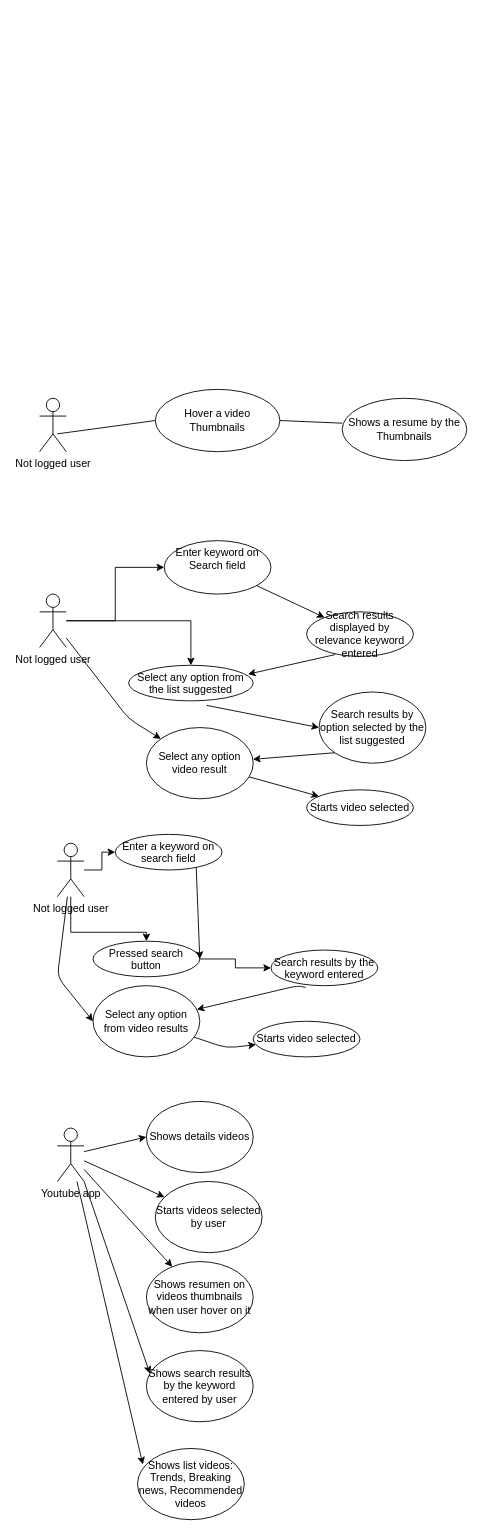
Veronica1187/Equipo2_SeleniumProject keeps this draw.io diagram as page "Main" (1 of 3) of Untitled Diagram.drawio. Above is the earlier version. Source tidied: cells renumbered, new cells numbered last; positions are measured from the earlier drawing's top-left corner, leaving out a move shared by most shapes. Both pictures are drawn from the tidied source at 89%, with x=0, y=0 at pixel (39, 389).
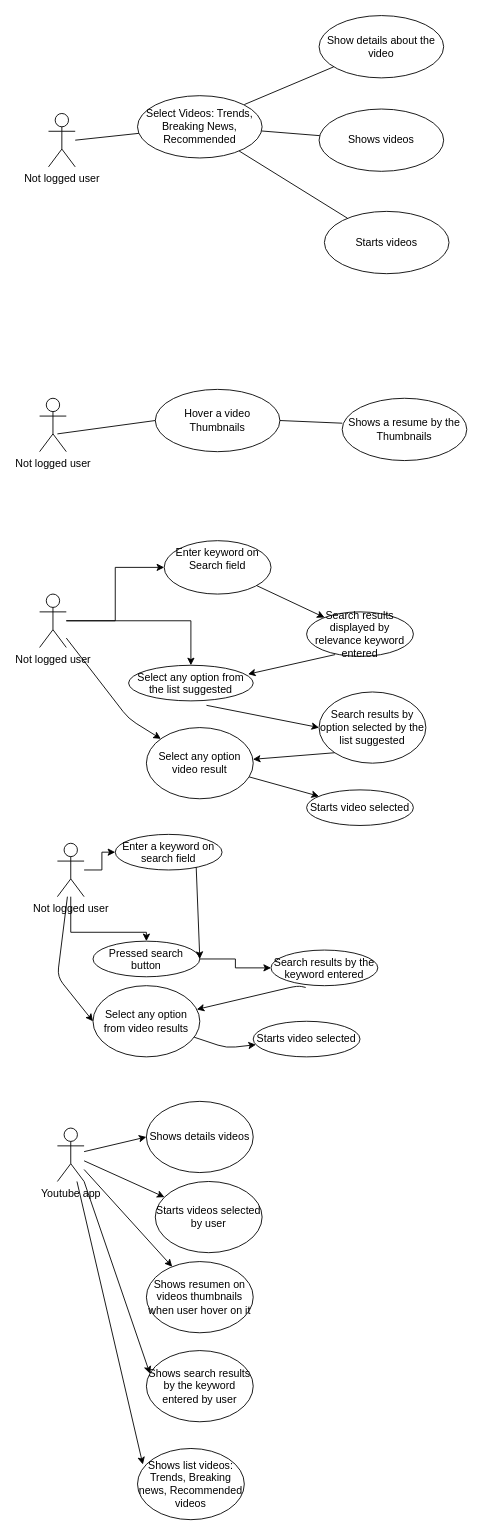
The same diagram, later.

Unchanged cells that the change refers to:
```xml
<mxCell id="3" value="Hover a video Thumbnails" style="ellipse;whiteSpace=wrap;html=1;" parent="1" vertex="1">
  <mxGeometry x="130" width="140" height="70" as="geometry" />
</mxCell>
```

Change to the diagram source:
```diff
@@
+    <mxCell id="46" value="Not logged user" style="shape=umlActor;verticalLabelPosition=bottom;verticalAlign=top;html=1;" parent="1" vertex="1">
+      <mxGeometry x="10" y="-310" width="30" height="60" as="geometry" />
+    </mxCell>
+    <mxCell id="47" value="Select Videos: Trends, Breaking News, Recommended" style="ellipse;whiteSpace=wrap;html=1;" parent="1" vertex="1">
+      <mxGeometry x="110" y="-330" width="140" height="70" as="geometry" />
+    </mxCell>
+    <mxCell id="48" value="Show details about the video" style="ellipse;whiteSpace=wrap;html=1;" parent="1" vertex="1">
+      <mxGeometry x="314" y="-420" width="140" height="70" as="geometry" />
+    </mxCell>
+    <mxCell id="49" value="Shows videos" style="ellipse;whiteSpace=wrap;html=1;" parent="1" vertex="1">
+      <mxGeometry x="314" y="-315" width="140" height="70" as="geometry" />
+    </mxCell>
+    <mxCell id="50" value="Starts videos" style="ellipse;whiteSpace=wrap;html=1;" parent="1" vertex="1">
+      <mxGeometry x="320" y="-200" width="140" height="70" as="geometry" />
+    </mxCell>
+    <mxCell id="51" style="endArrow=none;html=1;" parent="1" edge="1" source="47" target="49">
+      <mxGeometry relative="1" as="geometry" />
+    </mxCell>
+    <mxCell id="52" style="endArrow=none;html=1;" parent="1" edge="1" source="47" target="50">
+      <mxGeometry relative="1" as="geometry" />
+    </mxCell>
+    <mxCell id="53" style="endArrow=none;html=1;" parent="1" edge="1" target="48">
+      <mxGeometry relative="1" as="geometry">
+        <mxPoint x="230" y="-320" as="sourcePoint" />
+      </mxGeometry>
+    </mxCell>
+    <mxCell id="54" style="endArrow=none;html=1;" parent="1" edge="1" target="47">
+      <mxGeometry relative="1" as="geometry">
+        <mxPoint x="40" y="-280" as="sourcePoint" />
+      </mxGeometry>
+    </mxCell>
@@
-    <mxCell id="6" style="endArrow=none;html=1;entryX=0;entryY=0.5;entryDx=0;entryDy=0;" parent="1" edge="1" target="3">
-      <mxGeometry relative="1" as="geometry">
-        <mxPoint x="20" y="50" as="sourcePoint" />
-      </mxGeometry>
-    </mxCell>
+    <mxCell id="55" style="endArrow=none;html=1;entryX=0;entryY=0.5;entryDx=0;entryDy=0;" parent="1" edge="1" target="3">
+      <mxGeometry relative="1" as="geometry">
+        <mxPoint x="20" y="50" as="sourcePoint" />
+      </mxGeometry>
+    </mxCell>
```
